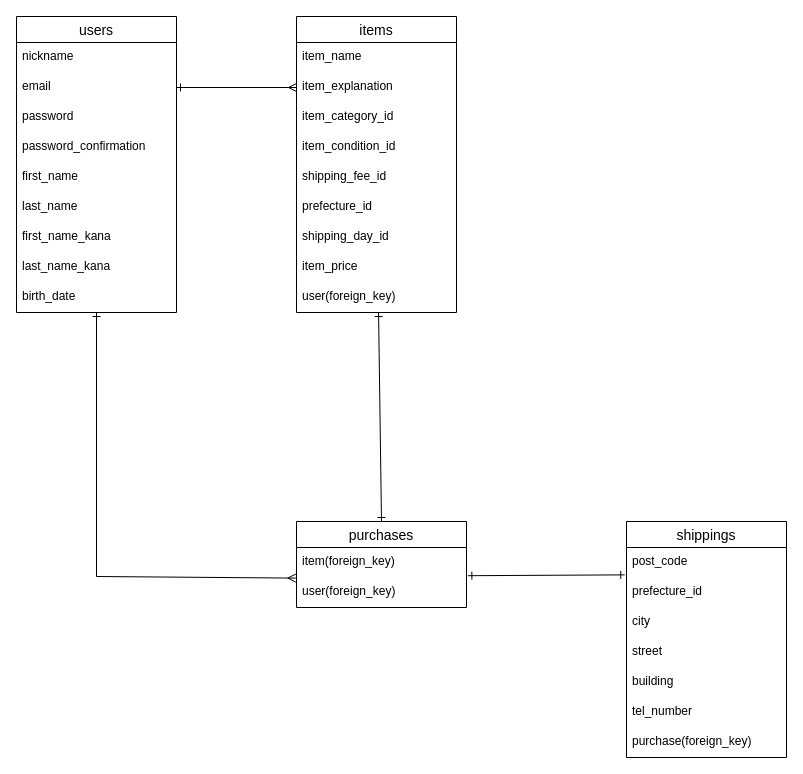
This is ER.dio from macoyuu/furima-40459, a draw.io file, before an edit. Source tidied: cells renumbered, new cells numbered last; positions are measured from the earlier drawing's top-left corner, leaving out a move shared by most shapes. Both pictures are drawn from the tidied source at 100%, with x=0, y=0 at pixel (16, 16).
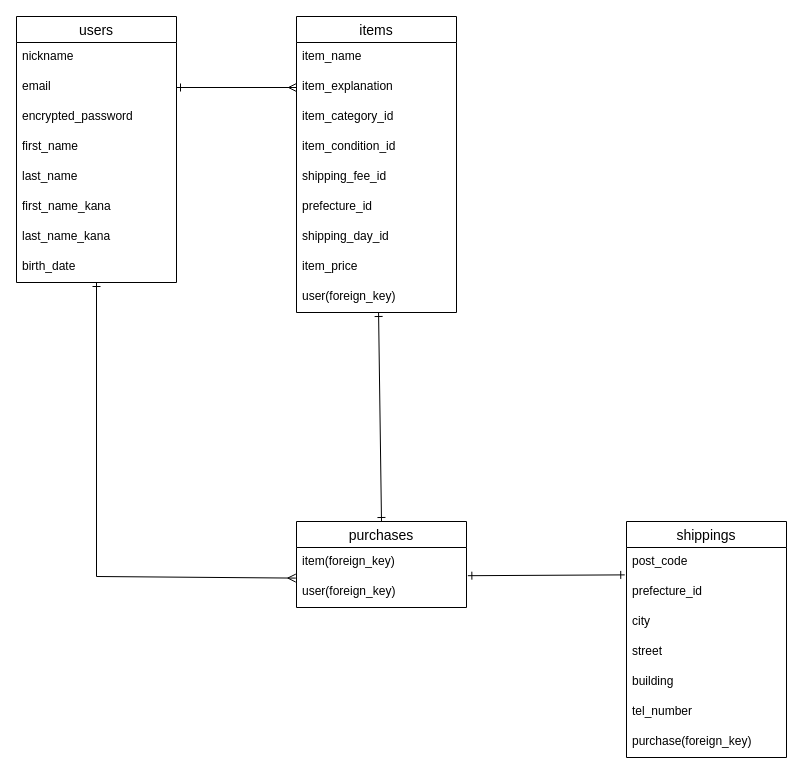
The same page after the edit.

Commit message:
データベース設計(修正7)

What changed in the source:
```diff
@@
     <mxCell id="3" value="users" style="swimlane;fontStyle=0;horizontal=1;startSize=26;align=center;fontSize=14;" parent="1" vertex="1">
-      <mxGeometry width="160" height="296" as="geometry" />
+      <mxGeometry width="160" height="266" as="geometry" />
     </mxCell>
@@
-    <mxCell id="6" value="password" style="text;strokeColor=none;fillColor=none;spacingLeft=4;spacingRight=4;overflow=hidden;fontSize=12;" parent="3" vertex="1">
+    <mxCell id="6" value="encrypted_password" style="text;strokeColor=none;fillColor=none;spacingLeft=4;spacingRight=4;overflow=hidden;fontSize=12;" parent="3" vertex="1">
       <mxGeometry y="86" width="160" height="30" as="geometry" />
     </mxCell>
-    <mxCell id="7" value="password_confirmation" style="text;strokeColor=none;fillColor=none;spacingLeft=4;spacingRight=4;overflow=hidden;fontSize=12;" parent="3" vertex="1">
-      <mxGeometry y="116" width="160" height="30" as="geometry" />
-    </mxCell>
     <mxCell id="8" value="first_name" style="text;strokeColor=none;fillColor=none;spacingLeft=4;spacingRight=4;overflow=hidden;fontSize=12;" parent="3" vertex="1">
-      <mxGeometry y="146" width="160" height="30" as="geometry" />
+      <mxGeometry y="116" width="160" height="30" as="geometry" />
     </mxCell>
     <mxCell id="9" value="last_name" style="text;strokeColor=none;fillColor=none;spacingLeft=4;spacingRight=4;overflow=hidden;fontSize=12;" parent="3" vertex="1">
-      <mxGeometry y="176" width="160" height="30" as="geometry" />
+      <mxGeometry y="146" width="160" height="30" as="geometry" />
     </mxCell>
     <mxCell id="10" value="first_name_kana" style="text;strokeColor=none;fillColor=none;spacingLeft=4;spacingRight=4;overflow=hidden;fontSize=12;" parent="3" vertex="1">
-      <mxGeometry y="206" width="160" height="30" as="geometry" />
+      <mxGeometry y="176" width="160" height="30" as="geometry" />
     </mxCell>
     <mxCell id="11" value="last_name_kana" style="text;strokeColor=none;fillColor=none;spacingLeft=4;spacingRight=4;overflow=hidden;fontSize=12;" parent="3" vertex="1">
-      <mxGeometry y="236" width="160" height="30" as="geometry" />
+      <mxGeometry y="206" width="160" height="30" as="geometry" />
     </mxCell>
     <mxCell id="12" value="birth_date" style="text;strokeColor=none;fillColor=none;spacingLeft=4;spacingRight=4;overflow=hidden;fontSize=12;" parent="3" vertex="1">
-      <mxGeometry y="266" width="160" height="30" as="geometry" />
+      <mxGeometry y="236" width="160" height="30" as="geometry" />
     </mxCell>
```
